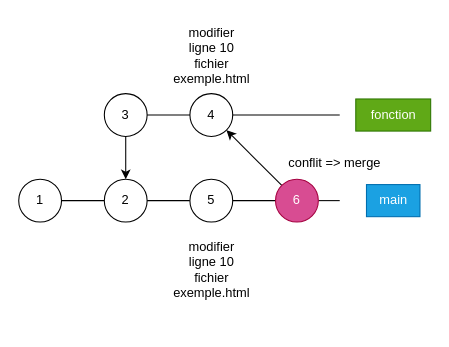
Before: jour2/03-conflit.drawio in MelvinJX/demo-github, a draw.io diagram. Source tidied: cells renumbered, new cells numbered last; positions are measured from the earlier drawing's top-left corner, leaving out a move shared by most shapes. Both pictures are drawn from the tidied source at 107%, with x=0, y=0 at pixel (18, 18).
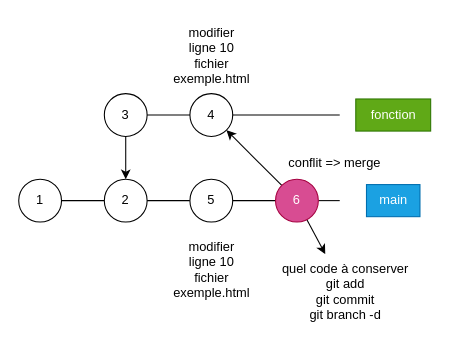
After the change.

The change refers to these unchanged cells:
```xml
<mxCell id="18" value="6" style="ellipse;whiteSpace=wrap;html=1;fillColor=#D84C92;fontColor=#ffffff;strokeColor=#A50040;" parent="1" vertex="1">
  <mxGeometry x="240" y="150" width="40" height="40" as="geometry" />
</mxCell>
```

The edit, as a diff of the source:
```diff
@@
+    <mxCell id="20" style="edgeStyle=none;html=1;" parent="1" edge="1" source="18" target="21">
+      <mxGeometry relative="1" as="geometry" />
+    </mxCell>
@@
+    <mxCell id="21" value="quel code à conserver&lt;br&gt;git add&lt;br&gt;git commit&lt;br&gt;git branch -d" style="text;html=1;align=center;verticalAlign=middle;points=[];strokeColor=none;fillColor=none;" parent="1" vertex="1">
+      <mxGeometry x="235" y="220" width="140" height="70" as="geometry" />
+    </mxCell>
```
